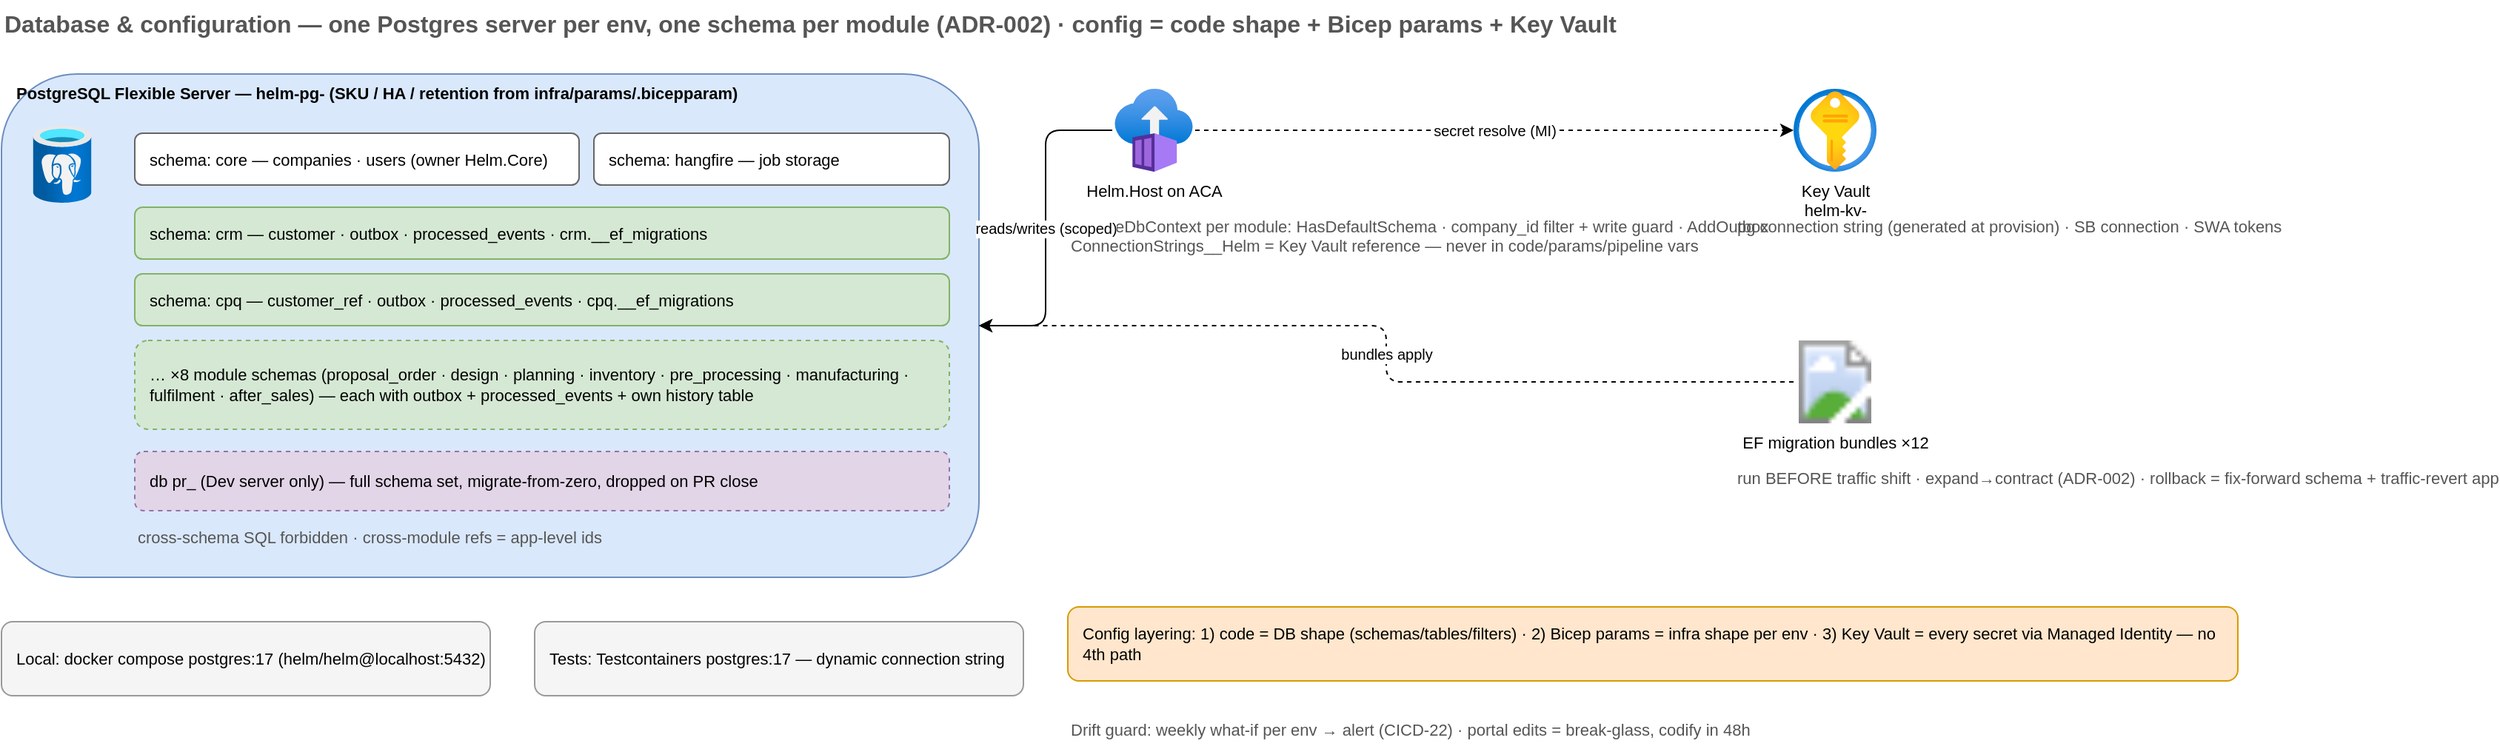
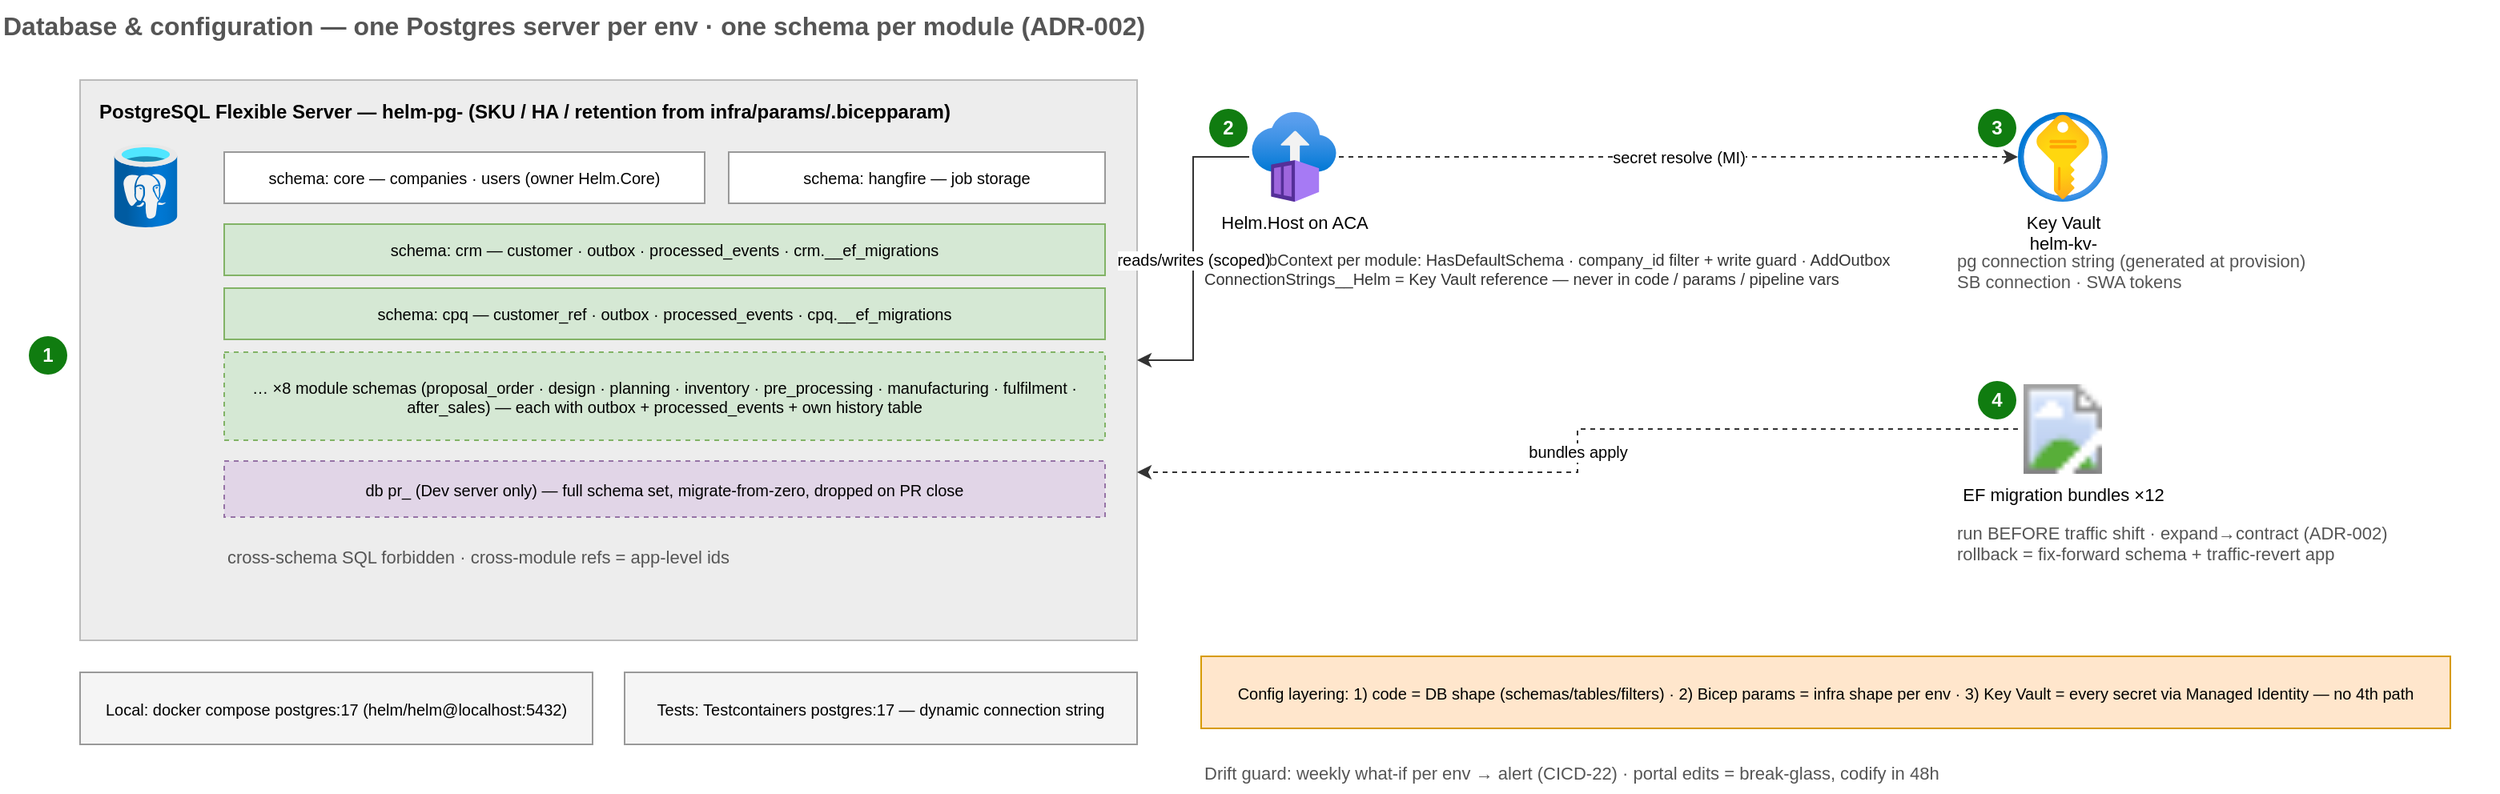
<mxfile host="app.diagrams.net" modified="2026-07-08T00:00:00.000Z" agent="helm-docs" version="24.0.0">
  <diagram id="database-config-flow" name="Database &amp; Config Flow">
-     <mxGraphModel dx="1400" dy="800" grid="1" gridSize="10" guides="1" tooltips="1" connect="1" arrows="1" fold="1" page="1" pageScale="1" pageWidth="1620" pageHeight="600" math="0" shadow="0">
+     <mxGraphModel dx="1400" dy="800" grid="1" gridSize="10" guides="1" tooltips="1" connect="1" arrows="1" fold="1" page="1" pageScale="1" pageWidth="1620" pageHeight="560" math="0" shadow="0">
      <root>
        <mxCell id="0" />
        <mxCell id="1" parent="0" />
-         <mxCell id="n2" value="Database &amp; configuration — one Postgres server per env, one schema per module (ADR-002) · config = code shape + Bicep params + Key Vault" style="text;html=1;fontSize=16;align=left;fontColor=#555555;fontStyle=1;" vertex="1" parent="1"><mxGeometry x="40" y="20" width="1300" height="30" as="geometry" /></mxCell>
-         <mxCell id="n3" value="PostgreSQL Flexible Server — helm-pg-&lt;env&gt;   (SKU / HA / retention from infra/params/&lt;env&gt;.bicepparam)" style="rounded=1;whiteSpace=wrap;html=1;align=left;spacingLeft=8;fontSize=11;fillColor=#dae8fc;strokeColor=#6c8ebf;fontStyle=1;verticalAlign=top;" vertex="1" parent="1"><mxGeometry x="40" y="70" width="660" height="340" as="geometry" /></mxCell>
-         <mxCell id="n4" value="" style="sketch=0;aspect=fixed;html=1;points=[];align=center;fontSize=11;image;image=img/lib/azure2/databases/Azure_Database_PostgreSQL_Server.svg;labelBackgroundColor=none;verticalLabelPosition=bottom;verticalAlign=top;" vertex="1" parent="n3"><mxGeometry x="15" y="35" width="52" height="52" as="geometry" /></mxCell>
-         <mxCell id="n5" value="schema: core — companies · users (owner Helm.Core)" style="rounded=1;whiteSpace=wrap;html=1;align=left;spacingLeft=8;fontSize=11;fillColor=#ffffff;strokeColor=#666666;" vertex="1" parent="n3"><mxGeometry x="90" y="40" width="300" height="35" as="geometry" /></mxCell>
-         <mxCell id="n6" value="schema: hangfire — job storage" style="rounded=1;whiteSpace=wrap;html=1;align=left;spacingLeft=8;fontSize=11;fillColor=#ffffff;strokeColor=#666666;" vertex="1" parent="n3"><mxGeometry x="400" y="40" width="240" height="35" as="geometry" /></mxCell>
-         <mxCell id="n7" value="schema: crm — customer · outbox · processed_events · crm.__ef_migrations" style="rounded=1;whiteSpace=wrap;html=1;align=left;spacingLeft=8;fontSize=11;fillColor=#d5e8d4;strokeColor=#82b366;" vertex="1" parent="n3"><mxGeometry x="90" y="90" width="550" height="35" as="geometry" /></mxCell>
-         <mxCell id="n8" value="schema: cpq — customer_ref · outbox · processed_events · cpq.__ef_migrations" style="rounded=1;whiteSpace=wrap;html=1;align=left;spacingLeft=8;fontSize=11;fillColor=#d5e8d4;strokeColor=#82b366;" vertex="1" parent="n3"><mxGeometry x="90" y="135" width="550" height="35" as="geometry" /></mxCell>
-         <mxCell id="n9" value="… ×8 module schemas (proposal_order · design · planning · inventory · pre_processing · manufacturing · fulfilment · after_sales) — each with outbox + processed_events + own history table" style="rounded=1;whiteSpace=wrap;html=1;align=left;spacingLeft=8;fontSize=11;fillColor=#d5e8d4;strokeColor=#82b366;dashed=1;" vertex="1" parent="n3"><mxGeometry x="90" y="180" width="550" height="60" as="geometry" /></mxCell>
-         <mxCell id="n10" value="db pr_&lt;id&gt; (Dev server only) — full schema set, migrate-from-zero, dropped on PR close" style="rounded=1;whiteSpace=wrap;html=1;align=left;spacingLeft=8;fontSize=11;fillColor=#e1d5e7;strokeColor=#9673a6;dashed=1;" vertex="1" parent="n3"><mxGeometry x="90" y="255" width="550" height="40" as="geometry" /></mxCell>
-         <mxCell id="n11" value="cross-schema SQL forbidden · cross-module refs = app-level ids" style="text;html=1;fontSize=11;align=left;fontColor=#555555;" vertex="1" parent="n3"><mxGeometry x="90" y="300" width="540" height="25" as="geometry" /></mxCell>
-         <mxCell id="n12" value="Helm.Host on ACA" style="sketch=0;aspect=fixed;html=1;points=[];align=center;fontSize=11;image;image=img/lib/azure2/containers/Container_Instances.svg;labelBackgroundColor=none;verticalLabelPosition=bottom;verticalAlign=top;" vertex="1" parent="1"><mxGeometry x="790" y="80" width="56" height="56" as="geometry" /></mxCell>
-         <mxCell id="n13" value="ModuleDbContext&lt;T&gt; per module: HasDefaultSchema · company_id filter + write guard · AddOutbox&#10;ConnectionStrings__Helm = Key Vault reference — never in code/params/pipeline vars" style="text;html=1;fontSize=11;align=left;fontColor=#555555;" vertex="1" parent="1"><mxGeometry x="760" y="160" width="420" height="60" as="geometry" /></mxCell>
-         <mxCell id="n14" value="Key Vault&#10;helm-kv-&lt;env&gt;" style="sketch=0;aspect=fixed;html=1;points=[];align=center;fontSize=11;image;image=img/lib/azure2/security/Key_Vaults.svg;labelBackgroundColor=none;verticalLabelPosition=bottom;verticalAlign=top;" vertex="1" parent="1"><mxGeometry x="1250" y="80" width="56" height="56" as="geometry" /></mxCell>
-         <mxCell id="n15" value="pg connection string (generated at provision) · SB connection · SWA tokens" style="text;html=1;fontSize=11;align=left;fontColor=#555555;" vertex="1" parent="1"><mxGeometry x="1210" y="160" width="340" height="40" as="geometry" /></mxCell>
-         <mxCell id="n16" value="EF migration bundles ×12" style="sketch=0;aspect=fixed;html=1;points=[];align=center;fontSize=11;image;image=img/lib/azure2/devops/Azure_Artifacts.svg;labelBackgroundColor=none;verticalLabelPosition=bottom;verticalAlign=top;" vertex="1" parent="1"><mxGeometry x="1250" y="250" width="56" height="56" as="geometry" /></mxCell>
-         <mxCell id="n17" value="run BEFORE traffic shift · expand→contract (ADR-002) · rollback = fix-forward schema + traffic-revert app" style="text;html=1;fontSize=11;align=left;fontColor=#555555;" vertex="1" parent="1"><mxGeometry x="1210" y="330" width="340" height="50" as="geometry" /></mxCell>
-         <mxCell id="n18" value="Config layering: 1) code = DB shape (schemas/tables/filters) · 2) Bicep params = infra shape per env · 3) Key Vault = every secret via Managed Identity — no 4th path" style="rounded=1;whiteSpace=wrap;html=1;align=left;spacingLeft=8;fontSize=11;fillColor=#ffe6cc;strokeColor=#d79b00;" vertex="1" parent="1"><mxGeometry x="760" y="430" width="790" height="50" as="geometry" /></mxCell>
-         <mxCell id="n19" value="Local: docker compose postgres:17 (helm/helm@localhost:5432)" style="rounded=1;whiteSpace=wrap;html=1;align=left;spacingLeft=8;fontSize=11;fillColor=#f5f5f5;strokeColor=#999999;" vertex="1" parent="1"><mxGeometry x="40" y="440" width="330" height="50" as="geometry" /></mxCell>
-         <mxCell id="n20" value="Tests: Testcontainers postgres:17 — dynamic connection string" style="rounded=1;whiteSpace=wrap;html=1;align=left;spacingLeft=8;fontSize=11;fillColor=#f5f5f5;strokeColor=#999999;" vertex="1" parent="1"><mxGeometry x="400" y="440" width="330" height="50" as="geometry" /></mxCell>
-         <mxCell id="n21" value="Drift guard: weekly what-if per env → alert (CICD-22) · portal edits = break-glass, codify in 48h" style="text;html=1;fontSize=11;align=left;fontColor=#555555;" vertex="1" parent="1"><mxGeometry x="760" y="500" width="700" height="25" as="geometry" /></mxCell>
-         <mxCell id="n22" value="reads/writes (scoped)" style="edgeStyle=orthogonalEdgeStyle;rounded=1;html=1;fontSize=10;" edge="1" parent="1" source="n12" target="n3"><mxGeometry relative="1" as="geometry" /></mxCell>
-         <mxCell id="n23" value="secret resolve (MI)" style="edgeStyle=orthogonalEdgeStyle;rounded=1;html=1;fontSize=10;dashed=1;" edge="1" parent="1" source="n12" target="n14"><mxGeometry relative="1" as="geometry" /></mxCell>
-         <mxCell id="n24" value="bundles apply" style="edgeStyle=orthogonalEdgeStyle;rounded=1;html=1;fontSize=10;dashed=1;" edge="1" parent="1" source="n16" target="n3"><mxGeometry relative="1" as="geometry" /></mxCell>
+         <mxCell id="n2" value="Database &amp; configuration — one Postgres server per env · one schema per module (ADR-002)" style="text;html=1;fontSize=16;align=left;fontColor=#555555;fontStyle=1;" vertex="1" parent="1"><mxGeometry x="40" y="20" width="1300" height="30" as="geometry" /></mxCell>
+         <mxCell id="n3" value="PostgreSQL Flexible Server — helm-pg-&lt;env&gt;   (SKU / HA / retention from infra/params/&lt;env&gt;.bicepparam)" style="rounded=0;whiteSpace=wrap;html=1;fillColor=#ededed;strokeColor=#bbbbbb;verticalAlign=top;align=left;spacingLeft=10;spacingTop=6;fontStyle=1;fontSize=12;" vertex="1" parent="1"><mxGeometry x="90" y="70" width="660" height="350" as="geometry" /></mxCell>
+         <mxCell id="n4" value="1" style="ellipse;whiteSpace=wrap;html=1;fillColor=#107C10;strokeColor=none;fontColor=#ffffff;fontStyle=1;fontSize=12;" vertex="1" parent="1"><mxGeometry x="58" y="230" width="24" height="24" as="geometry" /></mxCell>
+         <mxCell id="n5" value="" style="sketch=0;aspect=fixed;html=1;points=[];align=center;fontSize=11;image;image=img/lib/azure2/databases/Azure_Database_PostgreSQL_Server.svg;labelBackgroundColor=none;verticalLabelPosition=bottom;verticalAlign=top;" vertex="1" parent="n3"><mxGeometry x="15" y="40" width="52" height="52" as="geometry" /></mxCell>
+         <mxCell id="n6" value="schema: core — companies · users (owner Helm.Core)" style="rounded=0;whiteSpace=wrap;html=1;fontSize=10;fillColor=#ffffff;strokeColor=#999999;" vertex="1" parent="n3"><mxGeometry x="90" y="45" width="300" height="32" as="geometry" /></mxCell>
+         <mxCell id="n7" value="schema: hangfire — job storage" style="rounded=0;whiteSpace=wrap;html=1;fontSize=10;fillColor=#ffffff;strokeColor=#999999;" vertex="1" parent="n3"><mxGeometry x="405" y="45" width="235" height="32" as="geometry" /></mxCell>
+         <mxCell id="n8" value="schema: crm — customer · outbox · processed_events · crm.__ef_migrations" style="rounded=0;whiteSpace=wrap;html=1;fontSize=10;fillColor=#d5e8d4;strokeColor=#82b366;" vertex="1" parent="n3"><mxGeometry x="90" y="90" width="550" height="32" as="geometry" /></mxCell>
+         <mxCell id="n9" value="schema: cpq — customer_ref · outbox · processed_events · cpq.__ef_migrations" style="rounded=0;whiteSpace=wrap;html=1;fontSize=10;fillColor=#d5e8d4;strokeColor=#82b366;" vertex="1" parent="n3"><mxGeometry x="90" y="130" width="550" height="32" as="geometry" /></mxCell>
+         <mxCell id="n10" value="… ×8 module schemas (proposal_order · design · planning · inventory · pre_processing · manufacturing · fulfilment · after_sales) — each with outbox + processed_events + own history table" style="rounded=0;whiteSpace=wrap;html=1;fontSize=10;fillColor=#d5e8d4;strokeColor=#82b366;dashed=1;" vertex="1" parent="n3"><mxGeometry x="90" y="170" width="550" height="55" as="geometry" /></mxCell>
+         <mxCell id="n11" value="db pr_&lt;id&gt; (Dev server only) — full schema set, migrate-from-zero, dropped on PR close" style="rounded=0;whiteSpace=wrap;html=1;fontSize=10;fillColor=#e1d5e7;strokeColor=#9673a6;dashed=1;" vertex="1" parent="n3"><mxGeometry x="90" y="238" width="550" height="35" as="geometry" /></mxCell>
+         <mxCell id="n12" value="cross-schema SQL forbidden · cross-module refs = app-level ids" style="text;html=1;fontSize=11;align=left;fontColor=#555555;" vertex="1" parent="n3"><mxGeometry x="90" y="285" width="540" height="25" as="geometry" /></mxCell>
+         <mxCell id="n13" value="Helm.Host on ACA" style="sketch=0;aspect=fixed;html=1;points=[];align=center;fontSize=11;image;image=img/lib/azure2/containers/Container_Instances.svg;labelBackgroundColor=none;verticalLabelPosition=bottom;verticalAlign=top;" vertex="1" parent="1"><mxGeometry x="820" y="90" width="56" height="56" as="geometry" /></mxCell>
+         <mxCell id="n14" value="2" style="ellipse;whiteSpace=wrap;html=1;fillColor=#107C10;strokeColor=none;fontColor=#ffffff;fontStyle=1;fontSize=12;" vertex="1" parent="1"><mxGeometry x="795" y="88" width="24" height="24" as="geometry" /></mxCell>
+         <mxCell id="n15" value="ModuleDbContext&lt;T&gt; per module: HasDefaultSchema · company_id filter + write guard · AddOutbox&#10;ConnectionStrings__Helm = Key Vault reference — never in code / params / pipeline vars" style="text;html=1;fontSize=10;align=left;verticalAlign=top;fontColor=#333333;" vertex="1" parent="1"><mxGeometry x="790" y="170" width="430" height="55" as="geometry" /></mxCell>
+         <mxCell id="n16" value="Key Vault&#10;helm-kv-&lt;env&gt;" style="sketch=0;aspect=fixed;html=1;points=[];align=center;fontSize=11;image;image=img/lib/azure2/security/Key_Vaults.svg;labelBackgroundColor=none;verticalLabelPosition=bottom;verticalAlign=top;" vertex="1" parent="1"><mxGeometry x="1300" y="90" width="56" height="56" as="geometry" /></mxCell>
+         <mxCell id="n17" value="3" style="ellipse;whiteSpace=wrap;html=1;fillColor=#107C10;strokeColor=none;fontColor=#ffffff;fontStyle=1;fontSize=12;" vertex="1" parent="1"><mxGeometry x="1275" y="88" width="24" height="24" as="geometry" /></mxCell>
+         <mxCell id="n18" value="pg connection string (generated at provision)&#10;SB connection · SWA tokens" style="text;html=1;fontSize=11;align=left;fontColor=#555555;" vertex="1" parent="1"><mxGeometry x="1260" y="170" width="320" height="40" as="geometry" /></mxCell>
+         <mxCell id="n19" value="EF migration bundles ×12" style="sketch=0;aspect=fixed;html=1;points=[];align=center;fontSize=11;image;image=img/lib/azure2/devops/Azure_Artifacts.svg;labelBackgroundColor=none;verticalLabelPosition=bottom;verticalAlign=top;" vertex="1" parent="1"><mxGeometry x="1300" y="260" width="56" height="56" as="geometry" /></mxCell>
+         <mxCell id="n20" value="4" style="ellipse;whiteSpace=wrap;html=1;fillColor=#107C10;strokeColor=none;fontColor=#ffffff;fontStyle=1;fontSize=12;" vertex="1" parent="1"><mxGeometry x="1275" y="258" width="24" height="24" as="geometry" /></mxCell>
+         <mxCell id="n21" value="run BEFORE traffic shift · expand→contract (ADR-002)&#10;rollback = fix-forward schema + traffic-revert app" style="text;html=1;fontSize=11;align=left;fontColor=#555555;" vertex="1" parent="1"><mxGeometry x="1260" y="340" width="340" height="40" as="geometry" /></mxCell>
+         <mxCell id="n22" value="Config layering: 1) code = DB shape (schemas/tables/filters) · 2) Bicep params = infra shape per env · 3) Key Vault = every secret via Managed Identity — no 4th path" style="rounded=0;whiteSpace=wrap;html=1;fontSize=10;fillColor=#ffe6cc;strokeColor=#d79b00;" vertex="1" parent="1"><mxGeometry x="790" y="430" width="780" height="45" as="geometry" /></mxCell>
+         <mxCell id="n23" value="Local: docker compose postgres:17 (helm/helm@localhost:5432)" style="rounded=0;whiteSpace=wrap;html=1;fontSize=10;fillColor=#f5f5f5;strokeColor=#999999;" vertex="1" parent="1"><mxGeometry x="90" y="440" width="320" height="45" as="geometry" /></mxCell>
+         <mxCell id="n24" value="Tests: Testcontainers postgres:17 — dynamic connection string" style="rounded=0;whiteSpace=wrap;html=1;fontSize=10;fillColor=#f5f5f5;strokeColor=#999999;" vertex="1" parent="1"><mxGeometry x="430" y="440" width="320" height="45" as="geometry" /></mxCell>
+         <mxCell id="n25" value="Drift guard: weekly what-if per env → alert (CICD-22) · portal edits = break-glass, codify in 48h" style="text;html=1;fontSize=11;align=left;fontColor=#555555;" vertex="1" parent="1"><mxGeometry x="790" y="490" width="700" height="25" as="geometry" /></mxCell>
+         <mxCell id="n26" value="reads/writes (scoped)" style="edgeStyle=orthogonalEdgeStyle;rounded=0;html=1;fontSize=10;strokeColor=#333333;" edge="1" parent="1" source="n13" target="n3"><mxGeometry relative="1" as="geometry" /></mxCell>
+         <mxCell id="n27" value="secret resolve (MI)" style="edgeStyle=orthogonalEdgeStyle;rounded=0;html=1;fontSize=10;strokeColor=#333333;dashed=1;" edge="1" parent="1" source="n13" target="n16"><mxGeometry relative="1" as="geometry" /></mxCell>
+         <mxCell id="n28" value="bundles apply" style="edgeStyle=orthogonalEdgeStyle;rounded=0;html=1;fontSize=10;strokeColor=#333333;dashed=1;entryX=1;entryY=0.7;entryDx=0;entryDy=0;" edge="1" parent="1" source="n19" target="n3"><mxGeometry relative="1" as="geometry" /></mxCell>
      </root>
    </mxGraphModel>
  </diagram>
</mxfile>
